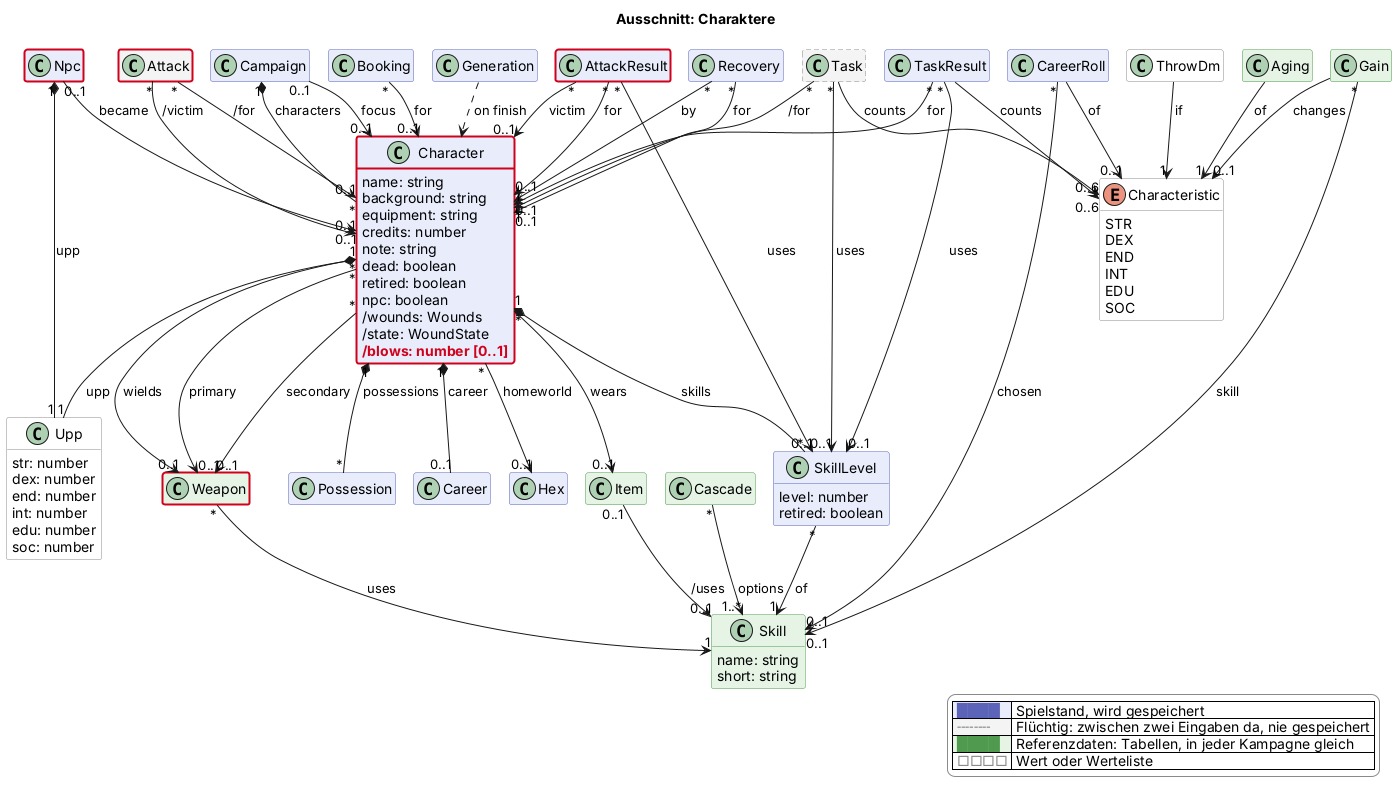
The PlantUML diagram docs/views/charakter.png in scuzzar/SRE, before a commit.
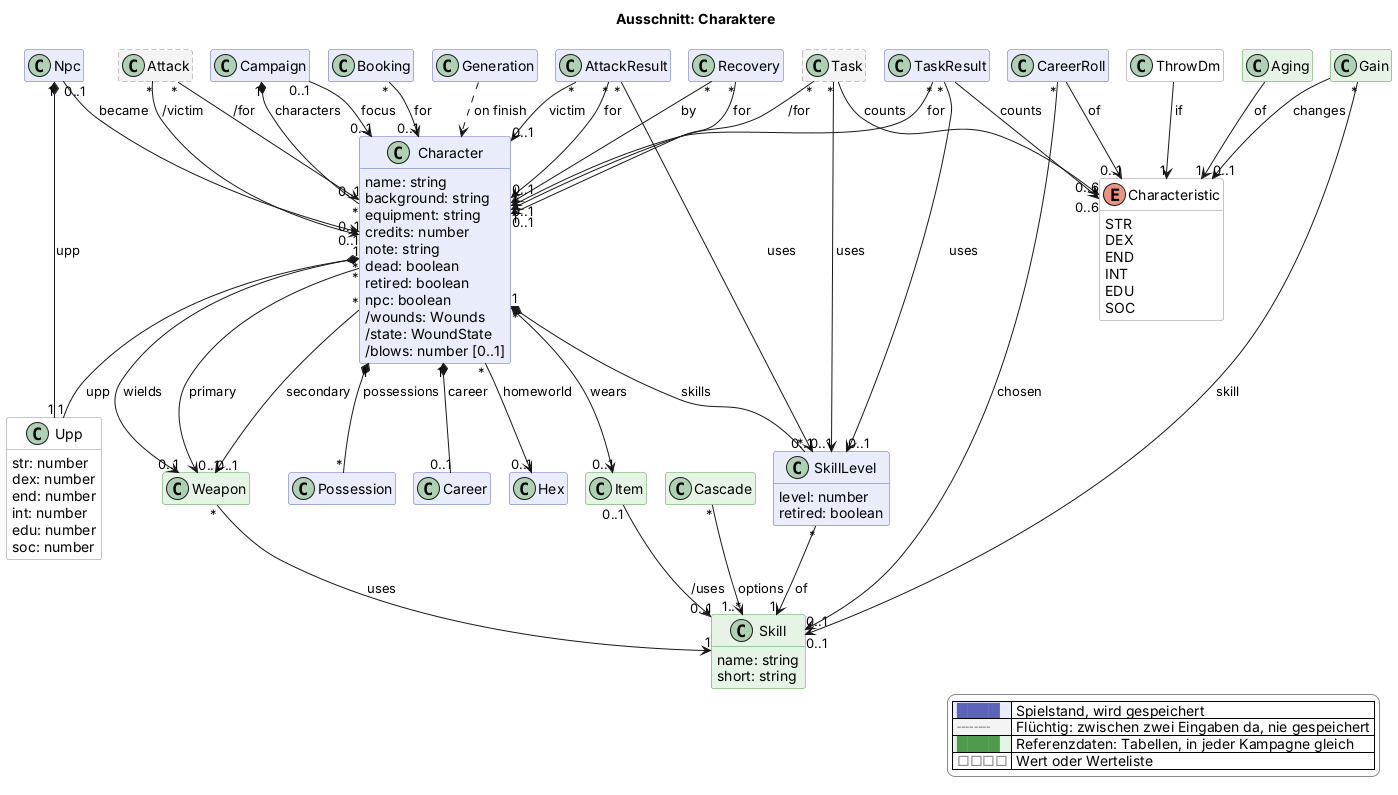
After the commit.

Change to the diagram source:
```diff
@@ -73,7 +73,7 @@
     npc: boolean
     /wounds: Wounds
     /state: WoundState
-    $new("2026-11-07d", "/blows: number [0..1]")
+    /blows: number [0..1]
   }
   class Upp <<value>> $charakter {
     str: number
@@ -178,9 +178,4 @@
   |<#e6f4e6> <color:#4f9a4f>████</color> | Referenzdaten: Tabellen, in jeder Kampagne gleich |
   |<#ffffff> <color:#8a8a8a>□□□□</color> | Wert oder Werteliste |
 endlegend
-class Character #line:d0021b;line.bold
-class Attack #line:d0021b;line.bold
-class AttackResult #line:d0021b;line.bold
-class Npc #line:d0021b;line.bold
-class Weapon #line:d0021b;line.bold
 @enduml
```
